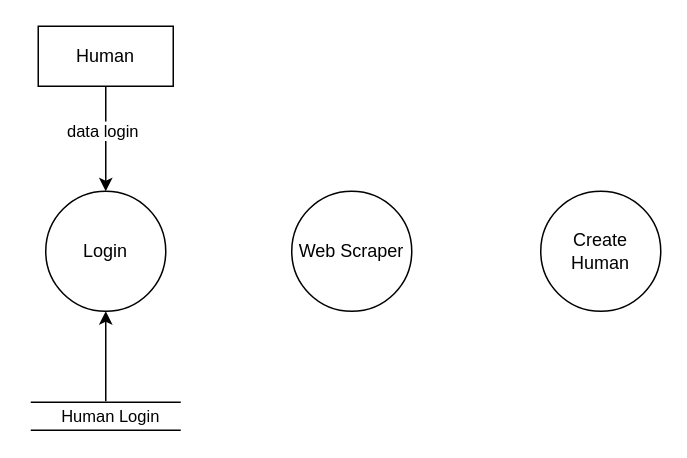
Before: Diagram Tanpa Judul.drawio in CyberFullStackDeveloperArr/coba, a draw.io diagram. Source tidied: cells renumbered, new cells numbered last; positions are measured from the earlier drawing's top-left corner, leaving out a move shared by most shapes. Both pictures are drawn from the tidied source at 150%, with x=0, y=0 at pixel (30, 26).
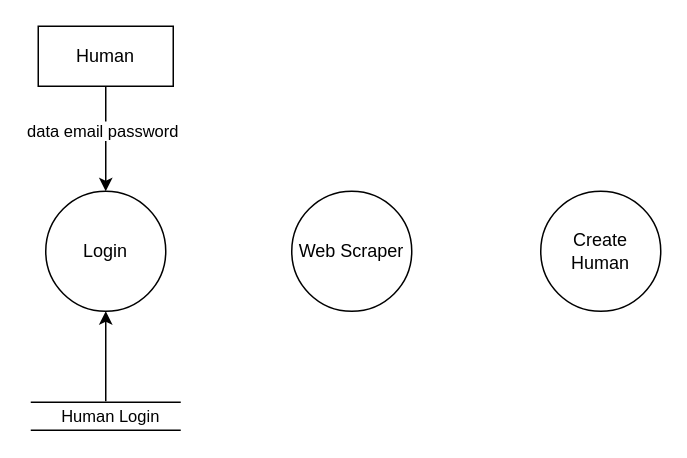
The same page after the edit.

What changed in the source:
```diff
@@
 <mxGraphModel background="#ffffff">
   <root>
     <mxCell id="0" />
     <mxCell id="1" parent="0" />
     <mxCell id="2" value="Login" style="ellipse;whiteSpace=wrap;html=1;" parent="1" vertex="1">
       <mxGeometry x="10" y="110" width="80" height="80" as="geometry" />
     </mxCell>
     <mxCell id="3" value="Web Scraper" style="ellipse;whiteSpace=wrap;html=1;" parent="1" vertex="1">
       <mxGeometry x="174" y="110" width="80" height="80" as="geometry" />
     </mxCell>
     <mxCell id="4" value="Create Human" style="ellipse;whiteSpace=wrap;html=1;" parent="1" vertex="1">
       <mxGeometry x="340" y="110" width="80" height="80" as="geometry" />
     </mxCell>
     <mxCell id="5" value="Human" style="rounded=0;whiteSpace=wrap;html=1;" parent="1" vertex="1">
       <mxGeometry x="5" width="90" height="40" as="geometry" />
     </mxCell>
     <mxCell id="6" style="shape=link;html=1;rounded=0;width=18.57142857142857;" parent="1" edge="1">
       <mxGeometry relative="1" as="geometry">
         <mxPoint y="260" as="sourcePoint" />
         <mxPoint x="100" y="260" as="targetPoint" />
       </mxGeometry>
     </mxCell>
     <mxCell id="7" value="Human Login" style="edgeLabel;html=1;align=center;verticalAlign=middle;" parent="6" vertex="1">
       <mxGeometry x="0.03" y="1" relative="1" as="geometry" />
     </mxCell>
     <mxCell id="8" style="endArrow=classic;html=1;rounded=0;entryX=0.5;entryY=1;entryDx=0;entryDy=0;" parent="1" edge="1" target="2">
       <mxGeometry relative="1" as="geometry">
         <mxPoint x="50" y="250" as="sourcePoint" />
       </mxGeometry>
     </mxCell>
     <mxCell id="9" style="endArrow=classic;html=1;rounded=0;exitX=0.5;exitY=1;exitDx=0;exitDy=0;entryX=0.5;entryY=0;entryDx=0;entryDy=0;" parent="1" edge="1" source="5" target="2">
       <mxGeometry relative="1" as="geometry" />
     </mxCell>
-    <mxCell id="10" value="data login" style="edgeLabel;html=1;align=center;verticalAlign=middle;" parent="9" vertex="1">
+    <mxCell id="10" value="data email password" style="edgeLabel;html=1;align=center;verticalAlign=middle;" parent="9" vertex="1">
       <mxGeometry x="-0.16" y="-3" relative="1" as="geometry" />
     </mxCell>
   </root>
 </mxGraphModel>
```
